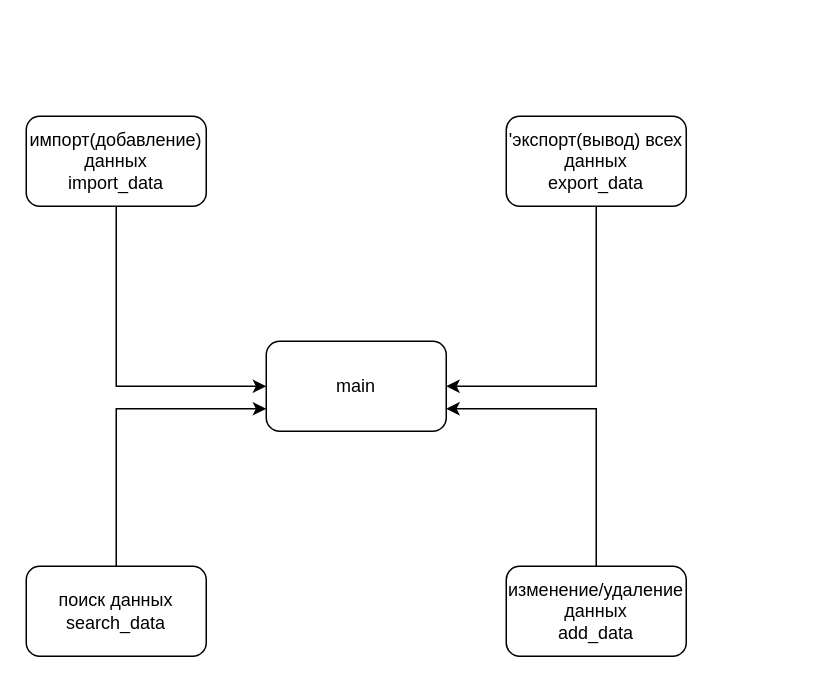
This is seminar7/Блок-схема.drawio from RuslanPalagniuk13/seminar7, a draw.io file, before an edit. Source tidied: cells renumbered, new cells numbered last; positions are measured from the earlier drawing's top-left corner, leaving out a move shared by most shapes. Both pictures are drawn from the tidied source at 150%, with x=0, y=0 at pixel (26, 116).
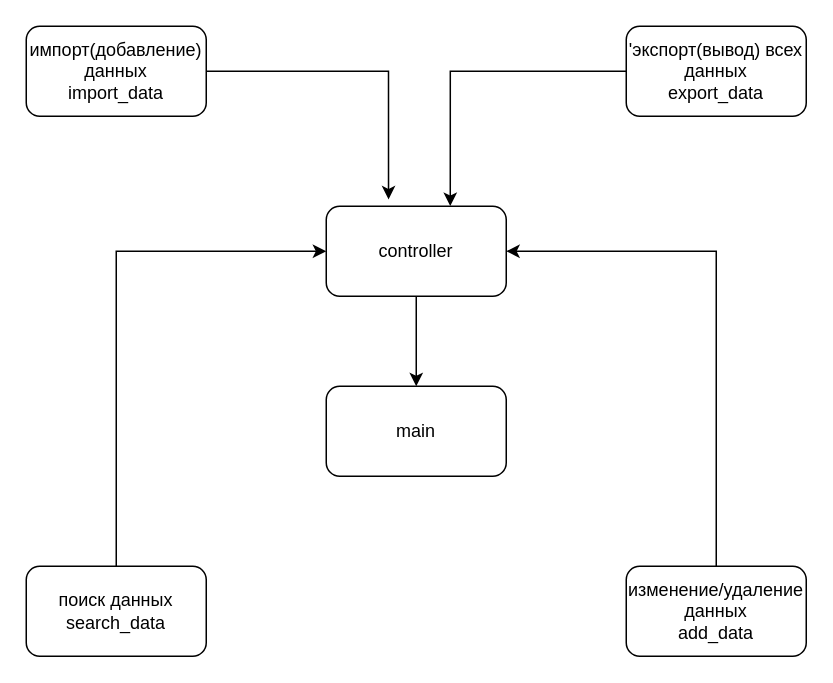
The same page after the edit.

Commit message:
Внесены корректировки в блок схему

Change to the diagram source:
```diff
@@
 <mxGraphModel>
   <root>
     <mxCell id="0" />
     <mxCell id="1" parent="0" />
-    <mxCell id="2" style="edgeStyle=orthogonalEdgeStyle;rounded=0;jettySize=auto;html=1;entryX=0;entryY=0.5;entryDx=0;entryDy=0;" parent="1" edge="1" source="3" target="8">
-      <mxGeometry relative="1" as="geometry">
-        <Array as="points">
-          <mxPoint x="60" y="180" />
-        </Array>
-      </mxGeometry>
-    </mxCell>
+    <mxCell id="11" style="edgeStyle=orthogonalEdgeStyle;rounded=0;jettySize=auto;html=1;entryX=0.346;entryY=-0.076;entryDx=0;entryDy=0;entryPerimeter=0;" parent="1" edge="1" source="3" target="16">
+      <mxGeometry relative="1" as="geometry" />
+    </mxCell>
     <mxCell id="3" value="импорт(добавление) данных&lt;br&gt;import_data" style="rounded=1;whiteSpace=wrap;html=1;" parent="1" vertex="1">
-      <mxGeometry width="120" height="60" as="geometry" />
+      <mxGeometry y="-60" width="120" height="60" as="geometry" />
     </mxCell>
-    <mxCell id="4" style="edgeStyle=orthogonalEdgeStyle;rounded=0;jettySize=auto;html=1;entryX=1;entryY=0.5;entryDx=0;entryDy=0;" parent="1" edge="1" source="5" target="8">
-      <mxGeometry relative="1" as="geometry">
-        <Array as="points">
-          <mxPoint x="380" y="180" />
-        </Array>
-      </mxGeometry>
-    </mxCell>
+    <mxCell id="12" style="edgeStyle=orthogonalEdgeStyle;rounded=0;jettySize=auto;html=1;entryX=0.689;entryY=-0.002;entryDx=0;entryDy=0;entryPerimeter=0;" parent="1" edge="1" source="5" target="16">
+      <mxGeometry relative="1" as="geometry" />
+    </mxCell>
     <mxCell id="5" value="'экспорт(вывод) всех данных&lt;br&gt;export_data" style="rounded=1;whiteSpace=wrap;html=1;" parent="1" vertex="1">
-      <mxGeometry x="320" width="120" height="60" as="geometry" />
+      <mxGeometry x="400" y="-60" width="120" height="60" as="geometry" />
     </mxCell>
-    <mxCell id="6" style="edgeStyle=orthogonalEdgeStyle;rounded=0;jettySize=auto;html=1;entryX=0;entryY=0.75;entryDx=0;entryDy=0;" parent="1" edge="1" source="7" target="8">
-      <mxGeometry relative="1" as="geometry">
-        <Array as="points">
-          <mxPoint x="60" y="195" />
-        </Array>
-      </mxGeometry>
-    </mxCell>
+    <mxCell id="13" style="edgeStyle=orthogonalEdgeStyle;rounded=0;jettySize=auto;html=1;entryX=0;entryY=0.5;entryDx=0;entryDy=0;" parent="1" edge="1" source="7" target="16">
+      <mxGeometry relative="1" as="geometry">
+        <Array as="points">
+          <mxPoint x="60" y="90" />
+        </Array>
+      </mxGeometry>
+    </mxCell>
     <mxCell id="7" value="поиск данных&lt;br&gt;search_data" style="rounded=1;whiteSpace=wrap;html=1;" parent="1" vertex="1">
       <mxGeometry y="300" width="120" height="60" as="geometry" />
     </mxCell>
     <mxCell id="8" value="main" style="rounded=1;whiteSpace=wrap;html=1;" parent="1" vertex="1">
-      <mxGeometry x="160" y="150" width="120" height="60" as="geometry" />
+      <mxGeometry x="200" y="180" width="120" height="60" as="geometry" />
     </mxCell>
-    <mxCell id="9" style="edgeStyle=orthogonalEdgeStyle;rounded=0;jettySize=auto;html=1;entryX=1;entryY=0.75;entryDx=0;entryDy=0;" parent="1" edge="1" source="10" target="8">
-      <mxGeometry relative="1" as="geometry">
-        <Array as="points">
-          <mxPoint x="380" y="195" />
-        </Array>
-      </mxGeometry>
-    </mxCell>
+    <mxCell id="14" style="edgeStyle=orthogonalEdgeStyle;rounded=0;jettySize=auto;html=1;entryX=1;entryY=0.5;entryDx=0;entryDy=0;" parent="1" edge="1" source="10" target="16">
+      <mxGeometry relative="1" as="geometry">
+        <Array as="points">
+          <mxPoint x="460" y="90" />
+        </Array>
+      </mxGeometry>
+    </mxCell>
     <mxCell id="10" value="изменение/удаление данных&lt;br&gt;add_data" style="rounded=1;whiteSpace=wrap;html=1;" parent="1" vertex="1">
-      <mxGeometry x="320" y="300" width="120" height="60" as="geometry" />
+      <mxGeometry x="400" y="300" width="120" height="60" as="geometry" />
     </mxCell>
+    <mxCell id="15" style="edgeStyle=orthogonalEdgeStyle;rounded=0;jettySize=auto;html=1;entryX=0.5;entryY=0;entryDx=0;entryDy=0;" parent="1" edge="1" source="16" target="8">
+      <mxGeometry relative="1" as="geometry" />
+    </mxCell>
+    <mxCell id="16" value="controller" style="rounded=1;whiteSpace=wrap;html=1;" parent="1" vertex="1">
+      <mxGeometry x="200" y="60" width="120" height="60" as="geometry" />
+    </mxCell>
   </root>
 </mxGraphModel>
```
